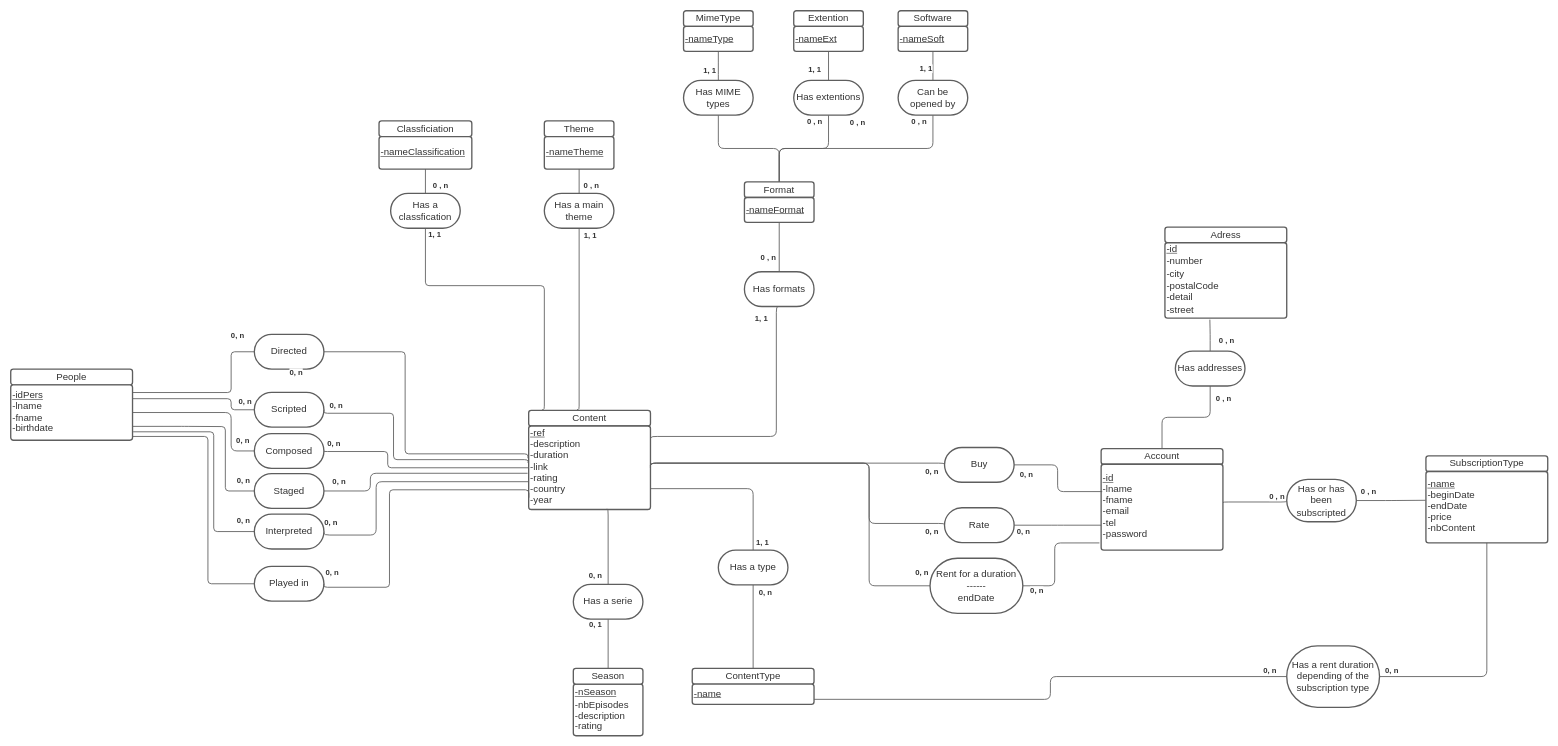
The draw.io diagram mcd.drawio in mathisdevigne/projetBDL3, before the edit. Source tidied: cells renumbered, new cells numbered last; positions are measured from the earlier drawing's top-left corner, leaving out a move shared by most shapes. Both pictures are drawn from the tidied source at 58%, with x=0, y=0 at pixel (10, 10).
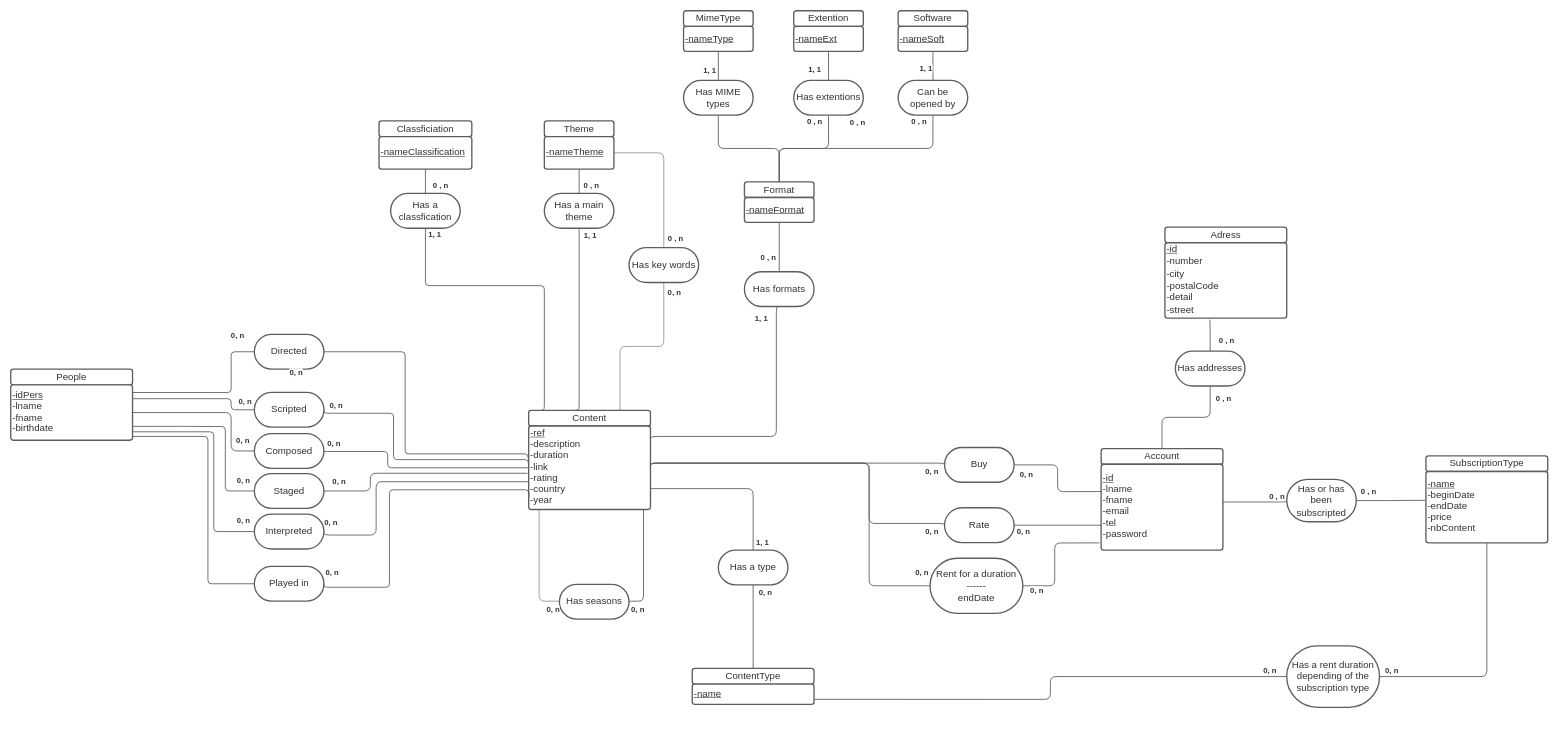
The same page after the edit.

The change refers to these unchanged cells:
```xml
<mxCell id="3" value="-nameTheme" style="html=1;overflow=block;blockSpacing=1;whiteSpace=wrap;fontSize=16.7;fontColor=#333333;fontStyle=4;align=left;spacing=3.8;verticalAlign=middle;strokeColor=#5e5e5e;strokeOpacity=100;rounded=1;absoluteArcSize=1;arcSize=9;strokeWidth=2.3;lucidId=jejBxBTFkY.N;" parent="1" vertex="1">
  <mxGeometry x="920" y="217" width="120" height="56" as="geometry" />
</mxCell>
<mxCell id="4" value="Content" style="html=1;overflow=block;blockSpacing=1;whiteSpace=wrap;fontSize=16.7;fontColor=#333333;align=center;spacing=3.8;strokeColor=#5e5e5e;strokeOpacity=100;rounded=1;absoluteArcSize=1;arcSize=9;strokeWidth=2.3;lucidId=NejBDIy_1vik;" parent="1" vertex="1">
  <mxGeometry x="893" y="689" width="210" height="27" as="geometry" />
</mxCell>
<mxCell id="6" value="&lt;div style=&quot;display: flex; justify-content: flex-start; text-align: left; align-items: baseline; font-size: 0; line-height: 1.25;margin-top: -2px;&quot;&gt;&lt;span&gt;&lt;span style=&quot;font-size:16.7px;color:#333333;text-decoration: underline;&quot;&gt;-ref&lt;/span&gt;&lt;span style=&quot;font-size:16.7px;color:#333333;&quot;&gt;&lt;br&gt;&lt;/span&gt;&lt;/span&gt;&lt;/div&gt;&lt;div style=&quot;display: flex; justify-content: flex-start; text-align: left; align-items: baseline; line-height: 1.25; margin-top: -2px;&quot;&gt;&lt;span style=&quot;font-size: 0px;&quot;&gt;&lt;span style=&quot;font-size:16.7px;color:#333333;&quot;&gt;&lt;span style=&quot;font-size:16.7px;color:#333333;&quot;&gt;&lt;br&gt;&lt;/span&gt;&lt;/span&gt;&lt;/span&gt;&lt;span style=&quot;font-size: 0px;&quot;&gt;&lt;span style=&quot;font-size:16.7px;color:#333333;&quot;&gt;&lt;span style=&quot;font-size:16.7px;color:#333333;&quot;&gt;-description&lt;br&gt;&lt;/span&gt;&lt;/span&gt;&lt;/span&gt;&lt;span style=&quot;font-size: 0px;&quot;&gt;&lt;span style=&quot;font-size:16.7px;color:#333333;&quot;&gt;&lt;span style=&quot;font-size:16.7px;color:#333333;&quot;&gt;&lt;br&gt;&lt;/span&gt;&lt;/span&gt;&lt;/span&gt;&lt;span style=&quot;font-size: 0px;&quot;&gt;&lt;span style=&quot;font-size:16.7px;color:#333333;&quot;&gt;&lt;span style=&quot;font-size:16.7px;color:#333333;&quot;&gt;&lt;br&gt;&lt;/span&gt;&lt;/span&gt;&lt;/span&gt;&lt;span style=&quot;font-size: 0px;&quot;&gt;&lt;span style=&quot;font-size:16.7px;color:#333333;&quot;&gt;&lt;span style=&quot;font-size:16.7px;color:#333333;&quot;&gt;&lt;br&gt;&lt;/span&gt;&lt;/span&gt;&lt;/span&gt;&lt;span style=&quot;font-size: 0px;&quot;&gt;&lt;br&gt;&lt;br&gt;&lt;/span&gt;&lt;span style=&quot;font-size: 0px;&quot;&gt;aa&lt;/span&gt;&lt;font color=&quot;#333333&quot;&gt;&lt;br&gt;&lt;/font&gt;&lt;span style=&quot;font-size: 0px;&quot;&gt;&lt;span style=&quot;font-size:16.7px;color:#333333;&quot;&gt;&lt;span style=&quot;font-size:16.7px;color:#333333;&quot;&gt;&lt;br&gt;&lt;/span&gt;&lt;/span&gt;&lt;/span&gt;&lt;span style=&quot;font-size: 0px;&quot;&gt;&lt;span style=&quot;font-size:16.7px;color:#333333;&quot;&gt;&lt;span style=&quot;font-size:16.7px;color:#333333;&quot;&gt;&lt;br&gt;&lt;/span&gt;&lt;/span&gt;&lt;/span&gt;&lt;span style=&quot;font-size: 0px;&quot;&gt;&lt;br&gt;&lt;/span&gt;&lt;font color=&quot;#333333&quot;&gt;&lt;span style=&quot;font-size: 16.7px;&quot;&gt;&lt;br&gt;&lt;/span&gt;&lt;/font&gt;&lt;font color=&quot;#333333&quot;&gt;&lt;span style=&quot;font-size: 16.7px;&quot;&gt;&lt;br&gt;&lt;/span&gt;&lt;/font&gt;&lt;br&gt;&lt;/div&gt;&lt;div style=&quot;display: flex; justify-content: flex-start; text-align: left; align-items: baseline; font-size: 0; line-height: 1.25;margin-top: -2px;&quot;&gt;&lt;span&gt;&lt;span style=&quot;font-size:16.7px;color:#333333;&quot;&gt;-duration&lt;br&gt;-link&lt;br&gt;&lt;/span&gt;&lt;/span&gt;&lt;/div&gt;&lt;div style=&quot;display: flex; justify-content: flex-start; text-align: left; align-items: baseline; font-size: 0; line-height: 1.25;margin-top: -2px;&quot;&gt;&lt;span&gt;&lt;span style=&quot;font-size:16.7px;color:#333333;&quot;&gt;-rating&lt;br&gt;&lt;/span&gt;&lt;/span&gt;&lt;/div&gt;&lt;div style=&quot;display: flex; justify-content: flex-start; text-align: left; align-items: baseline; font-size: 0; line-height: 1.25;margin-top: -2px;&quot;&gt;&lt;span&gt;&lt;span style=&quot;font-size:16.7px;color:#333333;&quot;&gt;-country&lt;br&gt;&lt;/span&gt;&lt;/span&gt;&lt;/div&gt;&lt;div style=&quot;display: flex; justify-content: flex-start; align-items: baseline; line-height: 1.25; margin-top: -2px;&quot;&gt;&lt;span style=&quot;font-size: 0px;&quot;&gt;&lt;span style=&quot;font-size:16.7px;color:#333333;&quot;&gt;-year&lt;/span&gt;&lt;/span&gt;&lt;span style=&quot;font-size: 0px;&quot;&gt;&lt;span style=&quot;font-size:16.7px;color:#333333;&quot;&gt;&lt;br&gt;&lt;/span&gt;&lt;/span&gt;&lt;font color=&quot;#333333&quot;&gt;&lt;span style=&quot;font-size: 16.7px;&quot;&gt;&lt;div style=&quot;text-align: left;&quot;&gt;&lt;br&gt;&lt;/div&gt;&lt;/span&gt;&lt;/font&gt;&lt;/div&gt;" style="html=1;overflow=block;blockSpacing=1;whiteSpace=wrap;fontSize=13;spacing=3.8;verticalAlign=middle;strokeColor=#5e5e5e;strokeOpacity=100;rounded=1;absoluteArcSize=1;arcSize=9;strokeWidth=2.3;lucidId=NejBXfe0f9c7;" parent="1" vertex="1">
  <mxGeometry x="893" y="716" width="210" height="144" as="geometry" />
</mxCell>
```

What changed in the source:
```diff
@@
+    <mxCell id="130" style="edgeStyle=orthogonalEdgeStyle;rounded=1;jettySize=auto;html=1;exitX=1;exitY=0.5;exitDx=0;exitDy=0;entryX=0.5;entryY=0;entryDx=0;entryDy=0;endArrow=none;endFill=0;strokeColor=#5E5E5E;" parent="1" edge="1" source="3" target="133">
+      <mxGeometry relative="1" as="geometry" />
+    </mxCell>
@@
+    <mxCell id="131" style="edgeStyle=orthogonalEdgeStyle;rounded=1;jettySize=auto;html=1;exitX=0.75;exitY=0;exitDx=0;exitDy=0;entryX=0.5;entryY=1;entryDx=0;entryDy=0;endArrow=none;endFill=0;strokeColor=#5E5E5E;" parent="1" edge="1" source="4" target="133">
+      <mxGeometry relative="1" as="geometry" />
+    </mxCell>
@@
-    <mxCell id="32" style="edgeStyle=orthogonalEdgeStyle;rounded=1;jettySize=auto;html=1;exitX=0.5;exitY=1;exitDx=0;exitDy=0;entryX=0.5;entryY=0;entryDx=0;entryDy=0;endArrow=none;endFill=0;strokeWidth=1.5;strokeColor=#5E5E5E;" parent="1" edge="1" source="116" target="34">
-      <mxGeometry relative="1" as="geometry" />
-    </mxCell>
-    <mxCell id="33" value="&lt;div style=&quot;display: flex; justify-content: flex-start; text-align: left; align-items: baseline; font-size: 0; line-height: 1.25;margin-top: -2px;&quot;&gt;&lt;span&gt;&lt;span style=&quot;font-size:16.7px;color:#333333;&quot;&gt;&lt;br&gt;&lt;/span&gt;&lt;/span&gt;&lt;span&gt;&lt;span style=&quot;font-size:16.7px;color:#333333;&quot;&gt;&lt;u&gt;-nSeason&lt;br&gt;&lt;/u&gt;-nbEpisodes&lt;br&gt;&lt;/span&gt;&lt;/span&gt;&lt;/div&gt;&lt;div style=&quot;display: flex; justify-content: flex-start; text-align: left; align-items: baseline; font-size: 0; line-height: 1.25;margin-top: -2px;&quot;&gt;&lt;span&gt;&lt;span style=&quot;font-size:16.7px;color:#333333;&quot;&gt;-description&lt;br&gt;&lt;/span&gt;&lt;/span&gt;&lt;/div&gt;&lt;div style=&quot;display: flex; justify-content: flex-start; text-align: left; align-items: baseline; font-size: 0; line-height: 1.25;margin-top: -2px;&quot;&gt;&lt;span&gt;&lt;span style=&quot;font-size:16.7px;color:#333333;&quot;&gt;-rating&lt;/span&gt;&lt;/span&gt;&lt;/div&gt;" style="html=1;overflow=block;blockSpacing=1;whiteSpace=wrap;fontSize=13;spacing=3.8;verticalAlign=middle;strokeColor=#5e5e5e;strokeOpacity=100;rounded=1;absoluteArcSize=1;arcSize=9;strokeWidth=2.3;lucidId=sxjByRSx1M5x;" parent="1" vertex="1">
-      <mxGeometry x="970" y="1161" width="120" height="89" as="geometry" />
-    </mxCell>
-    <mxCell id="34" value="Season" style="html=1;overflow=block;blockSpacing=1;whiteSpace=wrap;fontSize=16.7;fontColor=#333333;align=center;spacing=3.8;strokeColor=#5e5e5e;strokeOpacity=100;rounded=1;absoluteArcSize=1;arcSize=9;strokeWidth=2.3;lucidId=sxjBbOrN3D~8;" parent="1" vertex="1">
-      <mxGeometry x="970" y="1134" width="120" height="27" as="geometry" />
-    </mxCell>
@@
-    <mxCell id="103" value="0, 1" style="text;html=1;labelBackgroundColor=default;align=center;verticalAlign=middle;fontStyle=1;fontColor=#333333;fontSize=13.3;" parent="1" vertex="1">
-      <mxGeometry x="1053" y="1074" as="geometry">
+    <mxCell id="103" value="0, n" style="text;html=1;labelBackgroundColor=default;align=center;verticalAlign=middle;fontStyle=1;fontColor=#333333;fontSize=13.3;" parent="1" vertex="1">
+      <mxGeometry x="1126" y="1049" as="geometry">
         <mxPoint x="-46" y="-17" as="offset" />
       </mxGeometry>
     </mxCell>
@@
-    <mxCell id="115" style="edgeStyle=orthogonalEdgeStyle;rounded=1;jettySize=auto;html=1;exitX=0.5;exitY=0;exitDx=0;exitDy=0;strokeColor=#5E5E5E;strokeWidth=1.5;endArrow=none;endFill=0;entryX=0.64;entryY=0.996;entryDx=0;entryDy=0;entryPerimeter=0;" parent="1" edge="1" source="116" target="6">
+    <mxCell id="115" style="edgeStyle=orthogonalEdgeStyle;rounded=1;jettySize=auto;html=1;exitX=1;exitY=0.5;exitDx=0;exitDy=0;strokeColor=#5E5E5E;strokeWidth=1.5;endArrow=none;endFill=0;" parent="1" edge="1" source="116">
       <mxGeometry relative="1" as="geometry">
+        <mxPoint x="1091" y="860" as="targetPoint" />
         <Array as="points">
-          <mxPoint x="1030" y="859" />
+          <mxPoint x="1091" y="1018" />
+          <mxPoint x="1091" y="860" />
         </Array>
       </mxGeometry>
     </mxCell>
+    <mxCell id="132" style="edgeStyle=orthogonalEdgeStyle;rounded=1;jettySize=auto;html=1;exitX=0;exitY=0.5;exitDx=0;exitDy=0;endArrow=none;endFill=0;strokeColor=#5E5E5E;" parent="1" edge="1" source="116">
+      <mxGeometry relative="1" as="geometry">
+        <mxPoint x="911" y="860" as="targetPoint" />
+        <Array as="points">
+          <mxPoint x="911" y="1018" />
+        </Array>
+      </mxGeometry>
+    </mxCell>
-    <mxCell id="116" value="Has a serie" style="html=1;overflow=block;blockSpacing=1;whiteSpace=wrap;rounded=1;arcSize=50;fontSize=16.7;fontColor=#333333;align=center;spacing=3.8;strokeColor=#5e5e5e;strokeOpacity=100;strokeWidth=2.3;lucidId=RvjBVbc6lFcZ;" parent="1" vertex="1">
-      <mxGeometry x="970" y="989" width="120" height="60" as="geometry" />
+    <mxCell id="116" value="Has seasons" style="html=1;overflow=block;blockSpacing=1;whiteSpace=wrap;rounded=1;arcSize=50;fontSize=16.7;fontColor=#333333;align=center;spacing=3.8;strokeColor=#5e5e5e;strokeOpacity=100;strokeWidth=2.3;lucidId=RvjBVbc6lFcZ;" parent="1" vertex="1">
+      <mxGeometry x="946" y="989" width="120" height="60" as="geometry" />
     </mxCell>
@@
     <mxCell id="129" value="0, n" style="text;html=1;labelBackgroundColor=default;align=center;verticalAlign=middle;fontStyle=1;fontColor=#333333;fontSize=13.3;" parent="1" vertex="1">
-      <mxGeometry x="1053" y="989" as="geometry">
+      <mxGeometry x="980" y="1049" as="geometry">
         <mxPoint x="-46" y="-17" as="offset" />
       </mxGeometry>
     </mxCell>
+    <mxCell id="133" value="Has key words" style="html=1;overflow=block;blockSpacing=1;whiteSpace=wrap;rounded=1;arcSize=50;fontSize=16.7;fontColor=#333333;align=center;spacing=3.8;strokeColor=#5e5e5e;strokeOpacity=100;strokeWidth=2.3;lucidId=xojB8fOaAYHN;" parent="1" vertex="1">
+      <mxGeometry x="1066" y="408.5" width="120" height="60" as="geometry" />
+    </mxCell>
+    <mxCell id="134" value="0, n" style="text;html=1;labelBackgroundColor=default;align=center;verticalAlign=middle;fontStyle=1;fontColor=#333333;fontSize=13.3;" parent="1" vertex="1">
+      <mxGeometry x="1125.9" y="500.2" as="geometry">
+        <mxPoint x="18" y="-16" as="offset" />
+      </mxGeometry>
+    </mxCell>
+    <mxCell id="135" value="0 , n" style="text;html=1;labelBackgroundColor=default;align=center;verticalAlign=middle;fontStyle=1;fontColor=#333333;fontSize=13.3;" parent="1" vertex="1">
+      <mxGeometry x="1125.9" y="386.6" as="geometry">
+        <mxPoint x="20" y="6" as="offset" />
+      </mxGeometry>
+    </mxCell>
```
